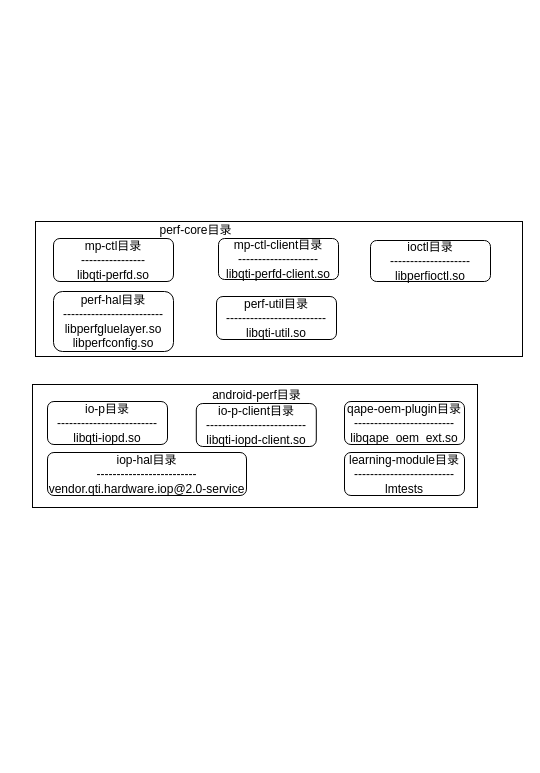
Before: qcom.drawio in jasonactions/graph, a draw.io diagram. Source tidied: cells renumbered, new cells numbered last; positions are measured from the earlier drawing's top-left corner, leaving out a move shared by most shapes. Both pictures are drawn from the tidied source at 100%, with x=0, y=0 at pixel (32, 215).
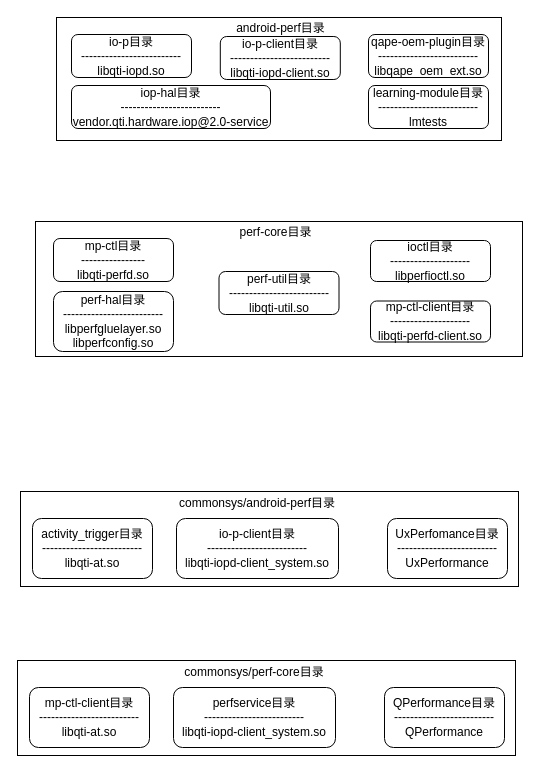
After the change.

Change to the diagram source:
```diff
@@
+    <mxCell id="16" style="rounded=0;whiteSpace=wrap;html=1;" parent="1" vertex="1">
+      <mxGeometry x="-12" y="276" width="498" height="95" as="geometry" />
+    </mxCell>
     <mxCell id="2" style="rounded=0;whiteSpace=wrap;html=1;" parent="1" vertex="1">
-      <mxGeometry y="169" width="445" height="123" as="geometry" />
+      <mxGeometry x="24" y="-198" width="445" height="123" as="geometry" />
     </mxCell>
@@
     <mxCell id="6" value="&lt;div&gt;mp-ctl-client目录&lt;/div&gt;&lt;div&gt;--------------------&lt;br&gt;&lt;/div&gt;&lt;div&gt;libqti-perfd-client.so&lt;/div&gt;" style="rounded=1;whiteSpace=wrap;html=1;" parent="1" vertex="1">
-      <mxGeometry x="186" y="23" width="120" height="41" as="geometry" />
+      <mxGeometry x="338" y="85.5" width="120" height="41" as="geometry" />
     </mxCell>
     <mxCell id="7" value="&lt;div&gt;perf-util目录&lt;/div&gt;&lt;div&gt;-------------------------&lt;br&gt;&lt;/div&gt;libqti-util.so" style="rounded=1;whiteSpace=wrap;html=1;" parent="1" vertex="1">
-      <mxGeometry x="184" y="81" width="120" height="43" as="geometry" />
+      <mxGeometry x="186.5" y="56" width="120" height="43" as="geometry" />
     </mxCell>
     <mxCell id="8" value="perf-core目录" style="text;html=1;strokeColor=none;fillColor=none;align=center;verticalAlign=middle;whiteSpace=wrap;rounded=0;" parent="1" vertex="1">
-      <mxGeometry x="125" width="77" height="30" as="geometry" />
+      <mxGeometry x="205" y="2" width="77" height="30" as="geometry" />
     </mxCell>
     <mxCell id="9" value="&lt;div&gt;io-p目录&lt;/div&gt;&lt;div&gt;-------------------------&lt;br&gt;&lt;/div&gt;libqti-iopd.so" style="rounded=1;whiteSpace=wrap;html=1;" parent="1" vertex="1">
-      <mxGeometry x="15" y="186" width="120" height="43" as="geometry" />
+      <mxGeometry x="39" y="-181" width="120" height="43" as="geometry" />
     </mxCell>
     <mxCell id="10" value="&lt;div&gt;io-p-client目录&lt;/div&gt;&lt;div&gt;-------------------------&lt;br&gt;&lt;/div&gt;libqti-iopd-client.so" style="rounded=1;whiteSpace=wrap;html=1;" parent="1" vertex="1">
-      <mxGeometry x="163.8" y="188" width="120" height="43" as="geometry" />
+      <mxGeometry x="187.8" y="-179" width="120" height="43" as="geometry" />
     </mxCell>
     <mxCell id="11" value="&lt;div&gt;iop-hal目录&lt;/div&gt;&lt;div&gt;-------------------------&lt;br&gt;&lt;/div&gt;vendor.qti.hardware.iop@2.0-service" style="rounded=1;whiteSpace=wrap;html=1;" parent="1" vertex="1">
-      <mxGeometry x="15" y="237" width="199" height="43" as="geometry" />
+      <mxGeometry x="39" y="-130" width="199" height="43" as="geometry" />
     </mxCell>
     <mxCell id="12" value="&lt;div&gt;learning-module目录&lt;/div&gt;&lt;div&gt;-------------------------&lt;br&gt;&lt;/div&gt;lmtests" style="rounded=1;whiteSpace=wrap;html=1;" parent="1" vertex="1">
-      <mxGeometry x="312" y="237" width="120" height="43" as="geometry" />
+      <mxGeometry x="336" y="-130" width="120" height="43" as="geometry" />
     </mxCell>
     <mxCell id="13" value="&lt;div&gt;qape-oem-plugin目录&lt;/div&gt;&lt;div&gt;-------------------------&lt;br&gt;&lt;/div&gt;libqape_oem_ext.so" style="rounded=1;whiteSpace=wrap;html=1;" parent="1" vertex="1">
-      <mxGeometry x="312" y="186" width="120" height="43" as="geometry" />
+      <mxGeometry x="336" y="-181" width="120" height="43" as="geometry" />
     </mxCell>
     <mxCell id="14" value="android-perf目录" style="text;html=1;strokeColor=none;fillColor=none;align=center;verticalAlign=middle;whiteSpace=wrap;rounded=0;" parent="1" vertex="1">
-      <mxGeometry x="177.5" y="169" width="92.5" height="21" as="geometry" />
+      <mxGeometry x="201.5" y="-198" width="92.5" height="21" as="geometry" />
     </mxCell>
@@
+    <mxCell id="17" value="&lt;div&gt;activity_trigger目录&lt;/div&gt;&lt;div&gt;-------------------------&lt;/div&gt;&lt;div&gt;libqti-at.so&lt;br&gt;&lt;/div&gt;" style="rounded=1;whiteSpace=wrap;html=1;" parent="1" vertex="1">
+      <mxGeometry y="303" width="120" height="60" as="geometry" />
+    </mxCell>
+    <mxCell id="18" value="&lt;div&gt;io-p-client目录&lt;/div&gt;&lt;div&gt;-------------------------&lt;br&gt;&lt;/div&gt;&lt;div&gt;libqti-iopd-client_system.so&lt;br&gt;&lt;/div&gt;" style="rounded=1;whiteSpace=wrap;html=1;" parent="1" vertex="1">
+      <mxGeometry x="144" y="303" width="162" height="60" as="geometry" />
+    </mxCell>
+    <mxCell id="19" value="&lt;div&gt;UxPerfomance目录&lt;/div&gt;&lt;div&gt;-------------------------&lt;br&gt;&lt;/div&gt;&lt;div&gt;UxPerformance&lt;br&gt;&lt;/div&gt;" style="rounded=1;whiteSpace=wrap;html=1;" parent="1" vertex="1">
+      <mxGeometry x="355" y="303" width="120" height="60" as="geometry" />
+    </mxCell>
+    <mxCell id="20" value="commonsys/android-perf目录" style="text;html=1;strokeColor=none;fillColor=none;align=center;verticalAlign=middle;whiteSpace=wrap;rounded=0;" parent="1" vertex="1">
+      <mxGeometry x="141" y="273" width="168" height="30" as="geometry" />
+    </mxCell>
+    <mxCell id="21" style="rounded=0;whiteSpace=wrap;html=1;" parent="1" vertex="1">
+      <mxGeometry x="-15" y="445" width="498" height="95" as="geometry" />
+    </mxCell>
+    <mxCell id="22" value="&lt;div&gt;mp-ctl-client目录&lt;/div&gt;&lt;div&gt;-------------------------&lt;/div&gt;&lt;div&gt;libqti-at.so&lt;br&gt;&lt;/div&gt;" style="rounded=1;whiteSpace=wrap;html=1;" parent="1" vertex="1">
+      <mxGeometry x="-3" y="472" width="120" height="60" as="geometry" />
+    </mxCell>
+    <mxCell id="23" value="&lt;div&gt;perfservice目录&lt;/div&gt;&lt;div&gt;-------------------------&lt;br&gt;&lt;/div&gt;&lt;div&gt;libqti-iopd-client_system.so&lt;br&gt;&lt;/div&gt;" style="rounded=1;whiteSpace=wrap;html=1;" parent="1" vertex="1">
+      <mxGeometry x="141" y="472" width="162" height="60" as="geometry" />
+    </mxCell>
+    <mxCell id="24" value="&lt;div&gt;QPerformance目录&lt;/div&gt;&lt;div&gt;-------------------------&lt;br&gt;&lt;/div&gt;&lt;div&gt;QPerformance&lt;br&gt;&lt;/div&gt;" style="rounded=1;whiteSpace=wrap;html=1;" parent="1" vertex="1">
+      <mxGeometry x="352" y="472" width="120" height="60" as="geometry" />
+    </mxCell>
+    <mxCell id="25" value="commonsys/perf-core目录" style="text;html=1;strokeColor=none;fillColor=none;align=center;verticalAlign=middle;whiteSpace=wrap;rounded=0;" parent="1" vertex="1">
+      <mxGeometry x="138" y="442" width="168" height="30" as="geometry" />
+    </mxCell>
```
